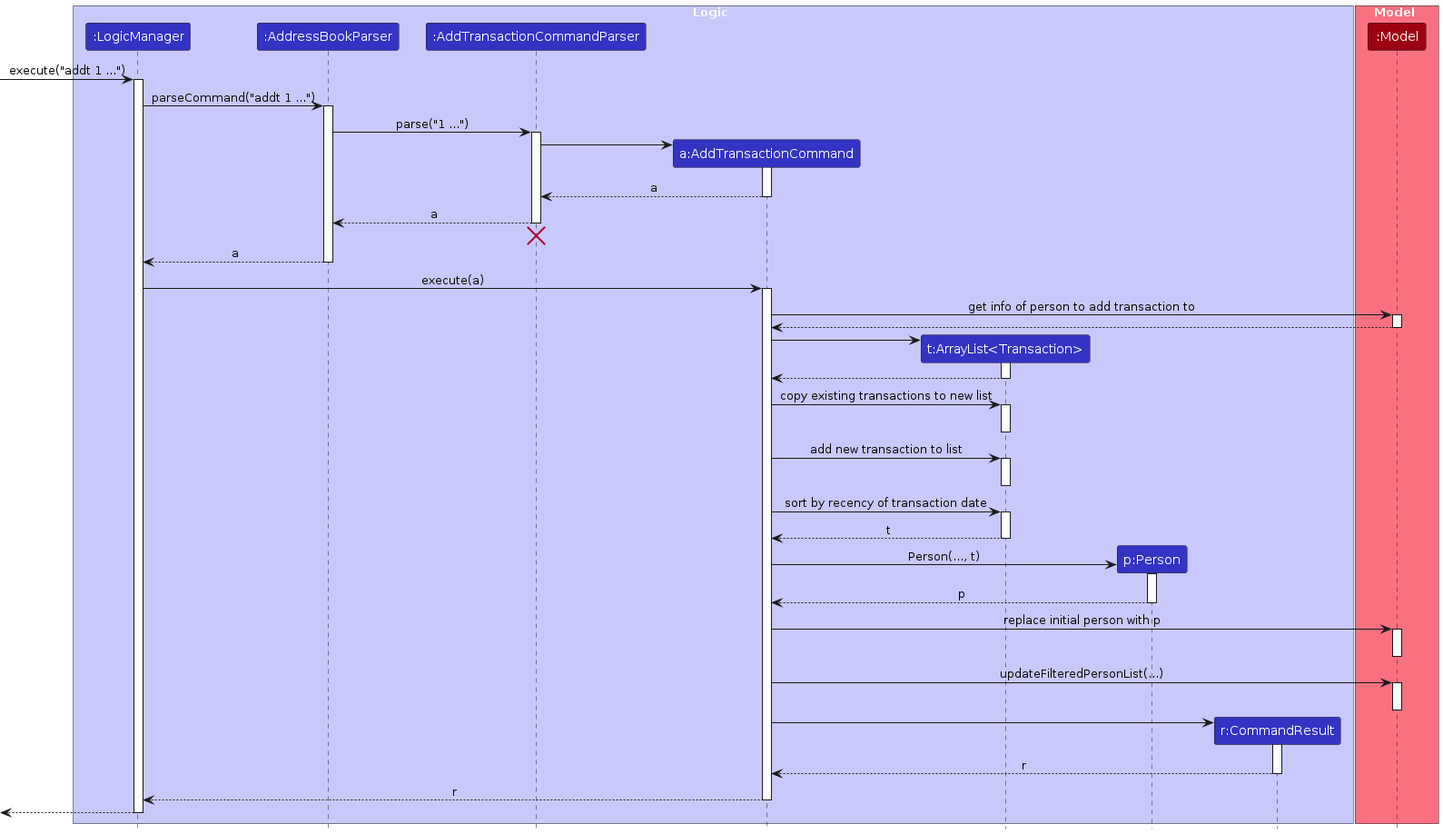
This is diagrams/AddTransactionSequenceDiagram.png from reginateh/tp, a PlantUML export, as it was before one commit. Its source is kept beside it as diagrams/AddTransactionSequenceDiagram.puml.
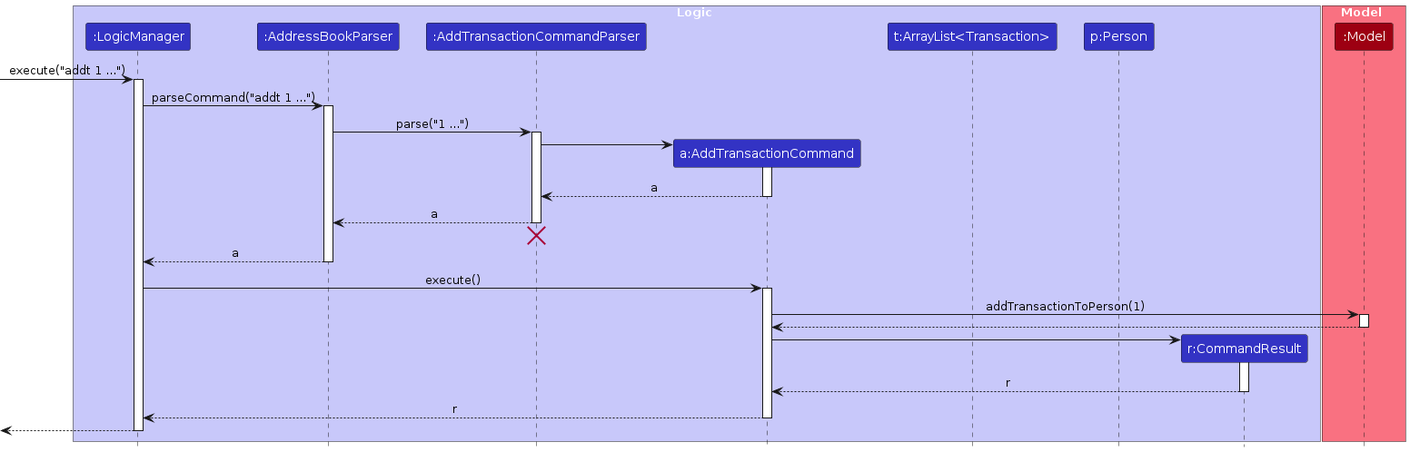
Later version of the same file.

Change to the diagram source:
```diff
@@ -40,46 +40,12 @@
 AddressBookParser --> LogicManager : a
 deactivate AddressBookParser
 
-LogicManager -> AddTransactionCommand : execute(a)
+LogicManager -> AddTransactionCommand : execute()
 activate AddTransactionCommand
 
-AddTransactionCommand -> Model : get info of person to add transaction to
+AddTransactionCommand -> Model : addTransactionToPerson(1)
 activate Model
 Model --> AddTransactionCommand
-deactivate Model
-
-create TransactionList
-AddTransactionCommand -> TransactionList
-activate TransactionList
-TransactionList --> AddTransactionCommand
-deactivate TransactionList
-
-AddTransactionCommand -> TransactionList: copy existing transactions to new list
-activate TransactionList
-deactivate TransactionList
-
-AddTransactionCommand -> TransactionList: add new transaction to list
-activate TransactionList
-deactivate TransactionList
-
-AddTransactionCommand -> TransactionList : sort by recency of transaction date
-activate TransactionList
-TransactionList --> AddTransactionCommand : t
-deactivate TransactionList
-
-create Person
-AddTransactionCommand -> Person : Person(..., t)
-activate Person
-
-Person --> AddTransactionCommand: p
-deactivate Person
-
-AddTransactionCommand -> Model : replace initial person with p
-activate Model
-deactivate Model
-
-AddTransactionCommand -> Model: updateFilteredPersonList(...)
-activate Model
 deactivate Model
 
 create CommandResult
```
